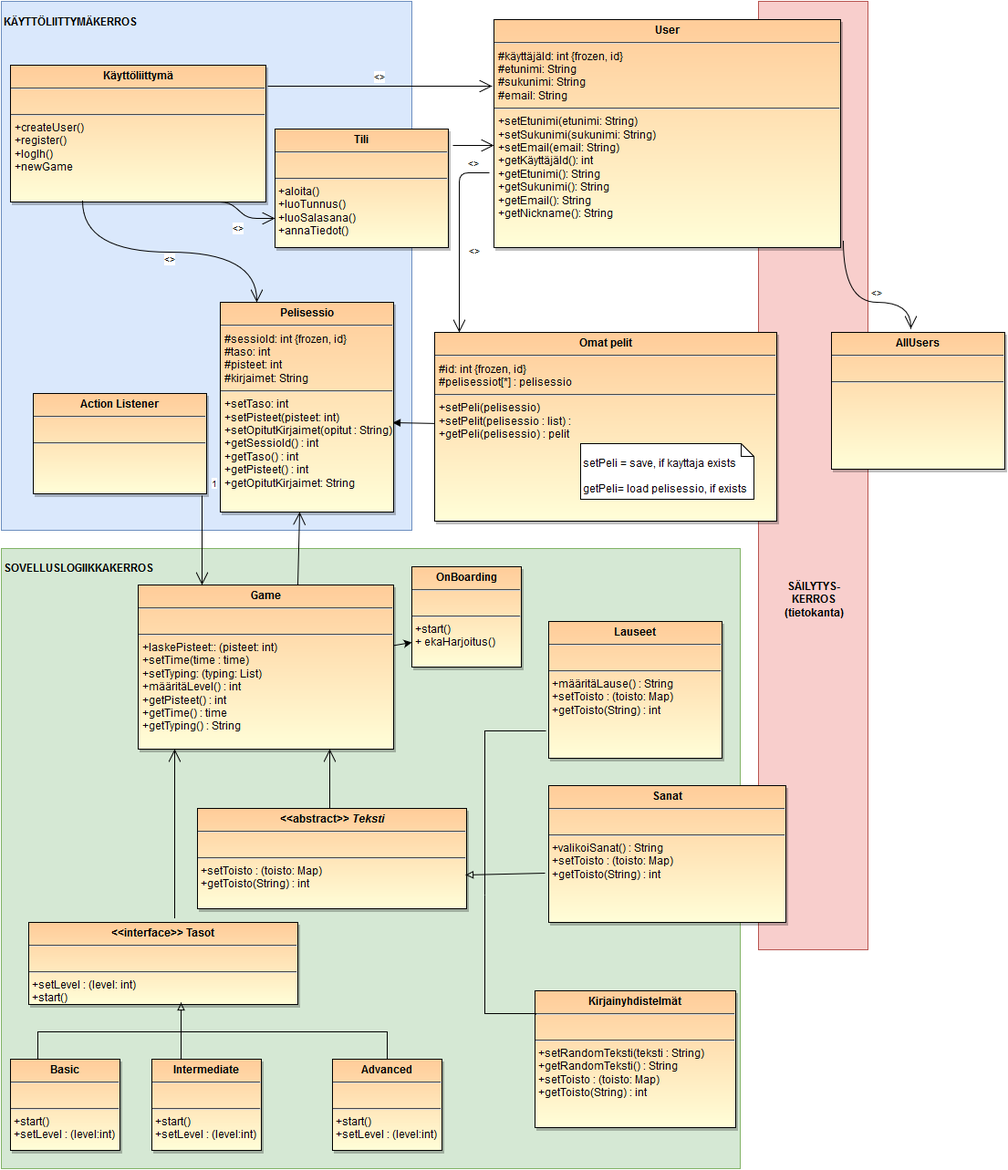
MelDv/TypeTutor keeps this draw.io diagram as dokumentaatio/luokkakaavio.png. Above is the earlier version. Source tidied: cells renumbered, new cells last; positions are measured from the earlier drawing's top-left corner, leaving out a move shared by most shapes.
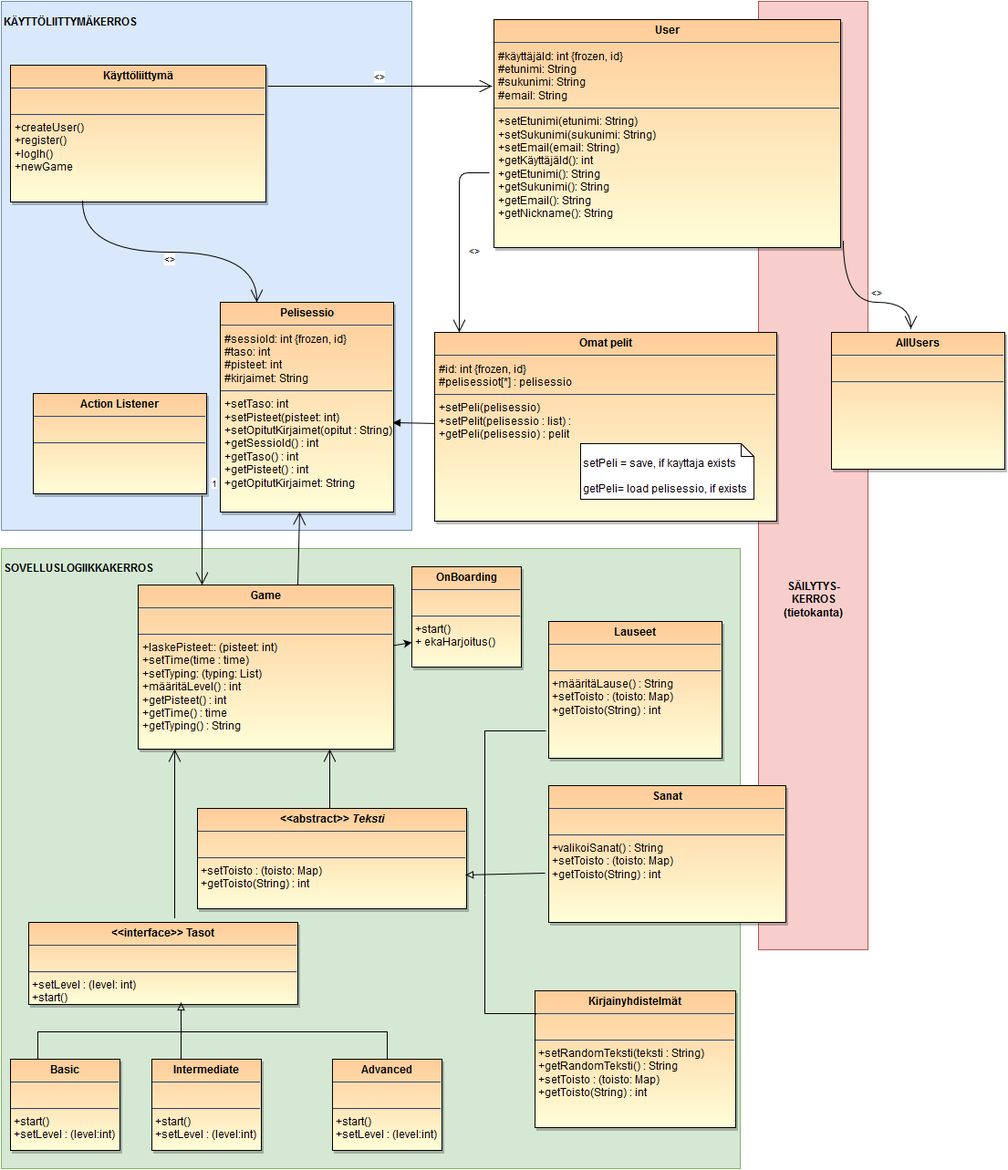
Later version of the same file.

The edit, as a diff of the source:
```diff
@@ -185,19 +185,5 @@
         <mxPoint y="10" as="offset" />
       </mxGeometry>
     </mxCell>
-    <mxCell id="41" value="&lt;p style=&quot;margin: 0px ; margin-top: 4px ; text-align: center&quot;&gt;&lt;strong&gt;Tili&lt;br&gt;&lt;/strong&gt;&lt;/p&gt;&lt;hr&gt;&lt;br&gt;&lt;hr&gt;&amp;nbsp;+aloita()&lt;br&gt;&amp;nbsp;+luoTunnus()&lt;br&gt;&amp;nbsp;+luoSalasana()&lt;br&gt;&amp;nbsp;+annaTiedot()&lt;br&gt;&lt;p&gt;&lt;br&gt;&lt;/p&gt;" style="shadow=1;fillColor=#FFCC99;gradientColor=#FFFED8;verticalAlign=top;align=left;overflow=fill;fontSize=12;fontFamily=Helvetica;html=1;" parent="1" vertex="1">
-      <mxGeometry x="300" y="140" width="190" height="130" as="geometry" />
-    </mxCell>
-    <mxCell id="42" value="&lt;&lt;use&gt;&gt;" style="endArrow=open;endSize=12;startArrow=none;startSize=10;startFill=0;sourcePerimeterSpacing=5;elbow=horizontal;html=1;entryX=0;entryY=0.75;exitX=0.75;exitY=1;rounded=1;edgeStyle=entityRelationEdgeStyle;" parent="1" edge="1" source="5" target="41">
-      <mxGeometry as="geometry">
-        <mxPoint y="21" as="offset" />
-      </mxGeometry>
-    </mxCell>
-    <mxCell id="43" value="&lt;&lt;use&gt;&gt;" style="endArrow=open;endSize=12;startArrow=none;startSize=10;startFill=0;sourcePerimeterSpacing=5;elbow=horizontal;html=1;entryX=0;entryY=0.75;exitX=1.026;exitY=0.138;rounded=1;exitPerimeter=0;" parent="1" edge="1" source="41">
-      <mxGeometry x="240" y="-80" as="geometry">
-        <mxPoint x="540" y="158" as="targetPoint" />
-        <mxPoint y="21" as="offset" />
-      </mxGeometry>
-    </mxCell>
   </root>
 </mxGraphModel>
```
